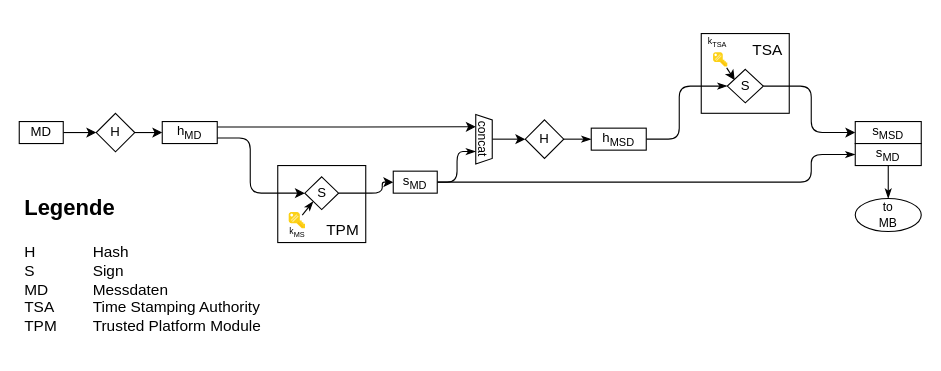
Earlier version of the draw.io diagram docs/_static/data_signing.drawio (SEGuRo-Projekt/Platform). Source tidied: cells renumbered, new cells numbered last; positions are measured from the earlier drawing's top-left corner, leaving out a move shared by most shapes. Both pictures are drawn from the tidied source at 110%, with x=0, y=0 at pixel (19, 30).
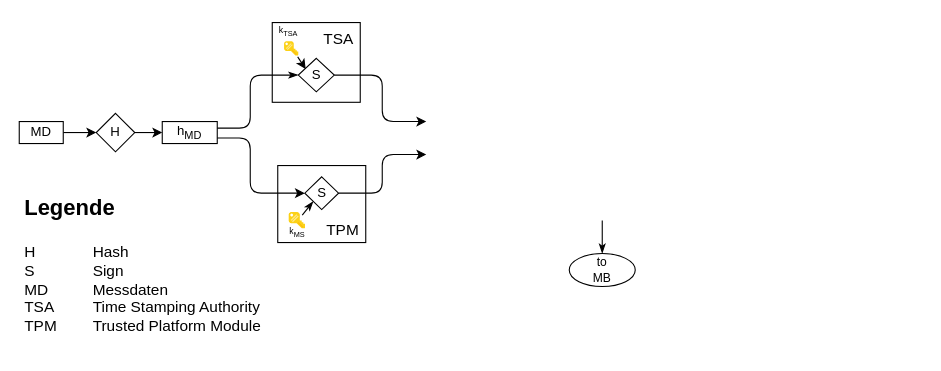
The same page after the edit.

The change refers to these unchanged cells:
```xml
<mxCell id="5" value="h&lt;sub&gt;MD&lt;/sub&gt;" style="rounded=0;whiteSpace=wrap;html=1;" parent="1" vertex="1">
  <mxGeometry x="130" y="83" width="50" height="20" as="geometry" />
</mxCell>
<mxCell id="19" value="S" style="rhombus;whiteSpace=wrap;html=1;" parent="17" vertex="1">
  <mxGeometry x="24.6" y="10.2" width="30.7" height="29.8" as="geometry" />
</mxCell>
```

The edit, as a diff of the source:
```diff
@@
-    <mxCell id="4" style="edgeStyle=elbowEdgeStyle;html=1;exitX=1;exitY=0.25;exitDx=0;exitDy=0;entryX=0.25;entryY=1;entryDx=0;entryDy=0;fontSize=14;" parent="1" edge="1" source="5" target="31">
-      <mxGeometry relative="1" as="geometry" />
-    </mxCell>
@@
-    <mxCell id="8" value="&lt;span style=&quot;font-size: 14px;&quot;&gt;TSA&amp;nbsp;&lt;/span&gt;" style="rounded=0;whiteSpace=wrap;html=1;verticalAlign=top;align=right;" parent="1" vertex="1">
-      <mxGeometry x="620" y="3" width="80" height="72.5" as="geometry" />
-    </mxCell>
-    <mxCell id="9" style="edgeStyle=elbowEdgeStyle;html=1;exitX=1;exitY=0.5;exitDx=0;exitDy=0;fontSize=14;entryX=0;entryY=0.5;entryDx=0;entryDy=0;" parent="1" edge="1" source="10" target="16">
-      <mxGeometry relative="1" as="geometry">
-        <Array as="points">
-          <mxPoint x="720" y="73" />
-        </Array>
-      </mxGeometry>
-    </mxCell>
-    <mxCell id="10" value="S" style="rhombus;whiteSpace=wrap;html=1;" parent="1" vertex="1">
-      <mxGeometry x="643.7" y="35.5" width="32.7" height="30.5" as="geometry" />
-    </mxCell>
-    <mxCell id="11" style="sketch=0;html=1;points=[];align=center;image;fontSize=12;image=img/lib/mscae/Key.svg;rotation=-45;" parent="1" vertex="1">
-      <mxGeometry x="632.8" y="18" width="10.8" height="17.5" as="geometry" />
-    </mxCell>
@@
-    <mxCell id="13" style="edgeStyle=elbowEdgeStyle;html=1;exitX=0.5;exitY=0;exitDx=0;exitDy=0;entryX=0;entryY=0.5;entryDx=0;entryDy=0;fontSize=14;" parent="1" edge="1" source="31" target="15">
-      <mxGeometry relative="1" as="geometry" />
-    </mxCell>
-    <mxCell id="14" style="edgeStyle=elbowEdgeStyle;html=1;exitX=1;exitY=0.5;exitDx=0;exitDy=0;entryX=0;entryY=0.5;entryDx=0;entryDy=0;fontSize=14;endArrow=classicThin;endFill=1;" parent="1" edge="1" source="15" target="27">
-      <mxGeometry relative="1" as="geometry" />
-    </mxCell>
-    <mxCell id="15" value="H" style="rhombus;whiteSpace=wrap;html=1;" parent="1" vertex="1">
-      <mxGeometry x="460" y="81.5" width="35" height="35" as="geometry" />
-    </mxCell>
-    <mxCell id="16" value="s&lt;sub&gt;MSD&lt;/sub&gt;" style="rounded=0;whiteSpace=wrap;html=1;" parent="1" vertex="1">
-      <mxGeometry x="760" y="83" width="60" height="20" as="geometry" />
-    </mxCell>
@@
-    <mxCell id="23" style="edgeStyle=elbowEdgeStyle;html=1;exitX=1;exitY=0.5;exitDx=0;exitDy=0;fontSize=14;entryX=0;entryY=0.5;entryDx=0;entryDy=0;" parent="1" edge="1" source="19" target="30">
+    <mxCell id="23" style="edgeStyle=elbowEdgeStyle;html=1;exitX=1;exitY=0.5;exitDx=0;exitDy=0;fontSize=14;" parent="1" edge="1" source="19">
       <mxGeometry relative="1" as="geometry">
+        <mxPoint x="370" y="113" as="targetPoint" />
         <Array as="points">
           <mxPoint x="330" y="133" />
         </Array>
       </mxGeometry>
     </mxCell>
@@
+    <mxCell id="32" style="edgeStyle=elbowEdgeStyle;html=1;exitX=0.5;exitY=1;exitDx=0;exitDy=0;entryX=0.5;entryY=0;entryDx=0;entryDy=0;fontSize=11;endArrow=classicThin;endFill=1;" parent="1" edge="1" target="34">
+      <mxGeometry relative="1" as="geometry">
+        <mxPoint x="530" y="173" as="sourcePoint" />
+      </mxGeometry>
+    </mxCell>
+    <mxCell id="34" value="to&lt;br&gt;MB" style="ellipse;whiteSpace=wrap;html=1;fontSize=11;" parent="1" vertex="1">
+      <mxGeometry x="500" y="203" width="60" height="30" as="geometry" />
+    </mxCell>
+    <mxCell id="36" style="group;" parent="1" vertex="1">
+      <mxGeometry x="210" y="-10" width="120" height="75.5" as="geometry" />
+    </mxCell>
+    <mxCell id="8" value="&lt;span style=&quot;font-size: 14px;&quot;&gt;TSA&amp;nbsp;&lt;/span&gt;" style="rounded=0;whiteSpace=wrap;html=1;verticalAlign=top;align=right;" parent="36" vertex="1">
+      <mxGeometry x="20" y="3" width="80" height="72.5" as="geometry" />
+    </mxCell>
+    <mxCell id="9" style="edgeStyle=elbowEdgeStyle;html=1;exitX=1;exitY=0.5;exitDx=0;exitDy=0;fontSize=14;entryX=0;entryY=0.5;entryDx=0;entryDy=0;" parent="36" edge="1" source="10">
+      <mxGeometry relative="1" as="geometry">
+        <mxPoint x="160" y="93" as="targetPoint" />
+        <Array as="points">
+          <mxPoint x="120" y="73" />
+        </Array>
+      </mxGeometry>
+    </mxCell>
+    <mxCell id="10" value="S" style="rhombus;whiteSpace=wrap;html=1;" parent="36" vertex="1">
+      <mxGeometry x="43.7" y="35.5" width="32.7" height="30.5" as="geometry" />
+    </mxCell>
+    <mxCell id="11" style="sketch=0;html=1;points=[];align=center;image;fontSize=12;image=img/lib/mscae/Key.svg;rotation=-45;" parent="36" vertex="1">
+      <mxGeometry x="32.8" y="18" width="10.8" height="17.5" as="geometry" />
+    </mxCell>
-    <mxCell id="25" style="endArrow=classic;html=1;fontSize=14;entryX=0.205;entryY=0.319;entryDx=0;entryDy=0;entryPerimeter=0;" parent="1" edge="1" source="11" target="10">
+    <mxCell id="25" style="endArrow=classic;html=1;fontSize=14;entryX=0.205;entryY=0.319;entryDx=0;entryDy=0;entryPerimeter=0;" parent="36" edge="1" source="11" target="10">
       <mxGeometry relative="1" as="geometry" />
     </mxCell>
-    <mxCell id="26" style="edgeStyle=elbowEdgeStyle;html=1;exitX=1;exitY=0.5;exitDx=0;exitDy=0;entryX=0;entryY=0.5;entryDx=0;entryDy=0;fontSize=14;endArrow=classicThin;endFill=1;" parent="1" edge="1" source="27" target="10">
+    <mxCell id="26" style="edgeStyle=elbowEdgeStyle;html=1;exitX=1;exitY=0.5;exitDx=0;exitDy=0;entryX=0;entryY=0.5;entryDx=0;entryDy=0;fontSize=14;endArrow=classicThin;endFill=1;" parent="36" edge="1" target="10">
       <mxGeometry relative="1" as="geometry">
+        <mxPoint x="-30" y="99" as="sourcePoint" />
         <Array as="points">
-          <mxPoint x="600" y="73" />
+          <mxPoint y="73" />
         </Array>
       </mxGeometry>
     </mxCell>
-    <mxCell id="27" value="h&lt;sub&gt;MSD&lt;/sub&gt;" style="rounded=0;whiteSpace=wrap;html=1;" parent="1" vertex="1">
-      <mxGeometry x="520" y="89" width="50" height="20" as="geometry" />
-    </mxCell>
-    <mxCell id="28" style="edgeStyle=elbowEdgeStyle;html=1;exitX=1;exitY=0.5;exitDx=0;exitDy=0;entryX=0.75;entryY=1;entryDx=0;entryDy=0;fontSize=11;endArrow=classicThin;endFill=1;" parent="1" edge="1" source="30" target="31">
-      <mxGeometry relative="1" as="geometry" />
-    </mxCell>
-    <mxCell id="29" style="edgeStyle=elbowEdgeStyle;html=1;exitX=1;exitY=0.5;exitDx=0;exitDy=0;entryX=0;entryY=0.5;entryDx=0;entryDy=0;fontSize=11;endArrow=classicThin;endFill=1;" parent="1" edge="1" source="30" target="33">
-      <mxGeometry relative="1" as="geometry">
-        <Array as="points">
-          <mxPoint x="720" y="123" />
-        </Array>
-      </mxGeometry>
-    </mxCell>
-    <mxCell id="30" value="s&lt;sub&gt;MD&lt;/sub&gt;" style="rounded=0;whiteSpace=wrap;html=1;" parent="1" vertex="1">
-      <mxGeometry x="340" y="128.1" width="40" height="20" as="geometry" />
-    </mxCell>
-    <mxCell id="31" value="&lt;font style=&quot;font-size: 11px;&quot;&gt;concat&lt;/font&gt;" style="shape=trapezoid;perimeter=trapezoidPerimeter;whiteSpace=wrap;html=1;fixedSize=1;fontSize=14;rotation=90;size=5;" parent="1" vertex="1">
-      <mxGeometry x="400" y="91.5" width="45" height="15" as="geometry" />
-    </mxCell>
-    <mxCell id="32" style="edgeStyle=elbowEdgeStyle;html=1;exitX=0.5;exitY=1;exitDx=0;exitDy=0;entryX=0.5;entryY=0;entryDx=0;entryDy=0;fontSize=11;endArrow=classicThin;endFill=1;" parent="1" edge="1" source="33" target="34">
-      <mxGeometry relative="1" as="geometry" />
-    </mxCell>
-    <mxCell id="33" value="s&lt;sub&gt;MD&lt;/sub&gt;" style="rounded=0;whiteSpace=wrap;html=1;" parent="1" vertex="1">
-      <mxGeometry x="760" y="103" width="60" height="20" as="geometry" />
-    </mxCell>
-    <mxCell id="34" value="to&lt;br&gt;MB" style="ellipse;whiteSpace=wrap;html=1;fontSize=11;" parent="1" vertex="1">
-      <mxGeometry x="760" y="153" width="60" height="30" as="geometry" />
-    </mxCell>
-    <mxCell id="35" value="&lt;span style=&quot;font-size: 8px; background-color: rgb(255, 255, 255);&quot;&gt;k&lt;sub&gt;TSA&lt;/sub&gt;&lt;/span&gt;" style="text;html=1;strokeColor=none;fillColor=none;align=center;verticalAlign=middle;whiteSpace=wrap;rounded=0;fontSize=11;" parent="1" vertex="1">
-      <mxGeometry x="620" width="30" height="20" as="geometry" />
+    <mxCell id="35" value="&lt;span style=&quot;font-size: 8px; background-color: rgb(255, 255, 255);&quot;&gt;k&lt;sub&gt;TSA&lt;/sub&gt;&lt;/span&gt;" style="text;html=1;strokeColor=none;fillColor=none;align=center;verticalAlign=middle;whiteSpace=wrap;rounded=0;fontSize=11;" parent="36" vertex="1">
+      <mxGeometry x="20" width="30" height="20" as="geometry" />
     </mxCell>
```
